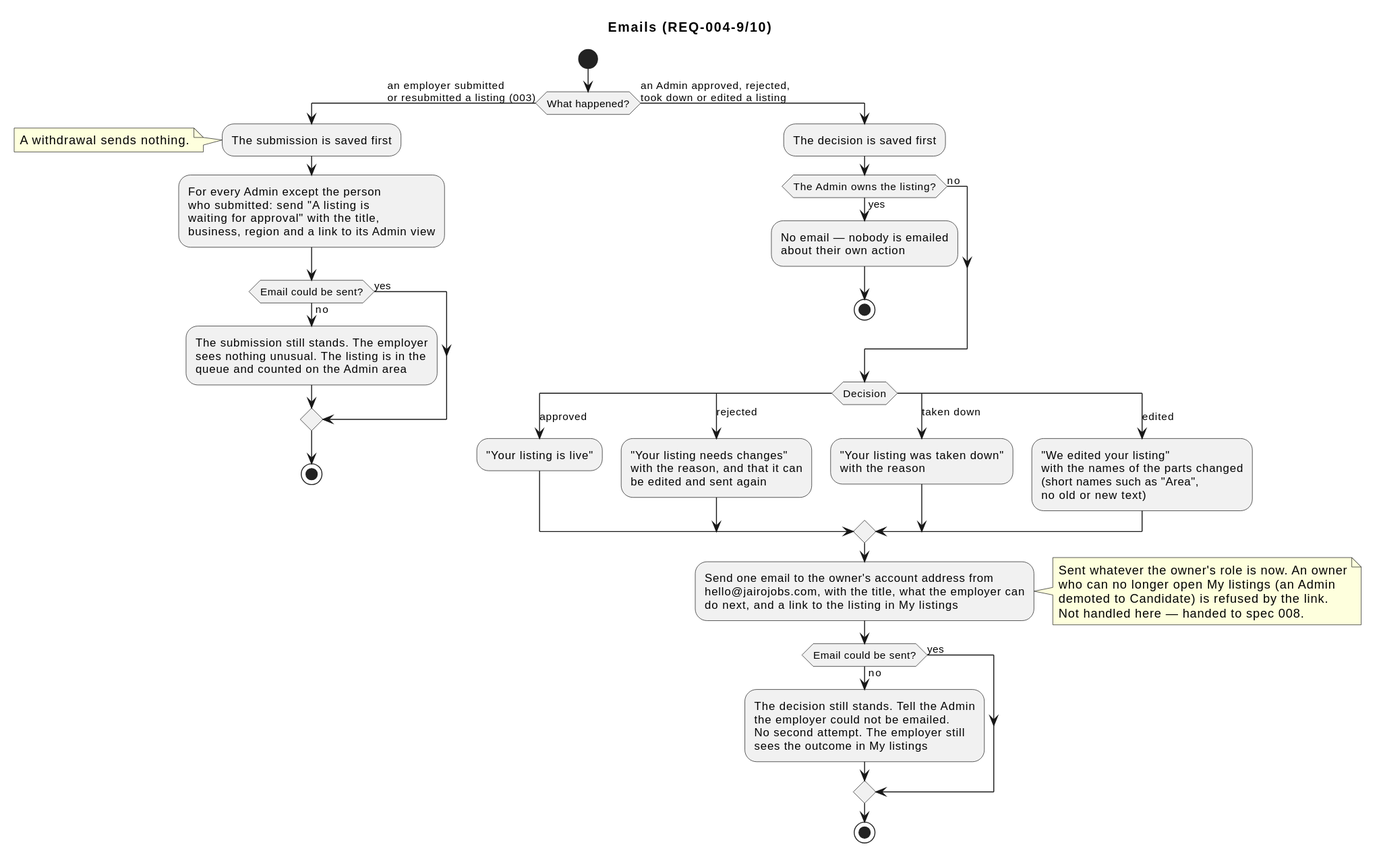
raseniero/jairojobs-elixir keeps this PlantUML diagram as docs/specs/004-listings-admin-moderation/diagrams/activity-emails.svg. Above is the earlier version.
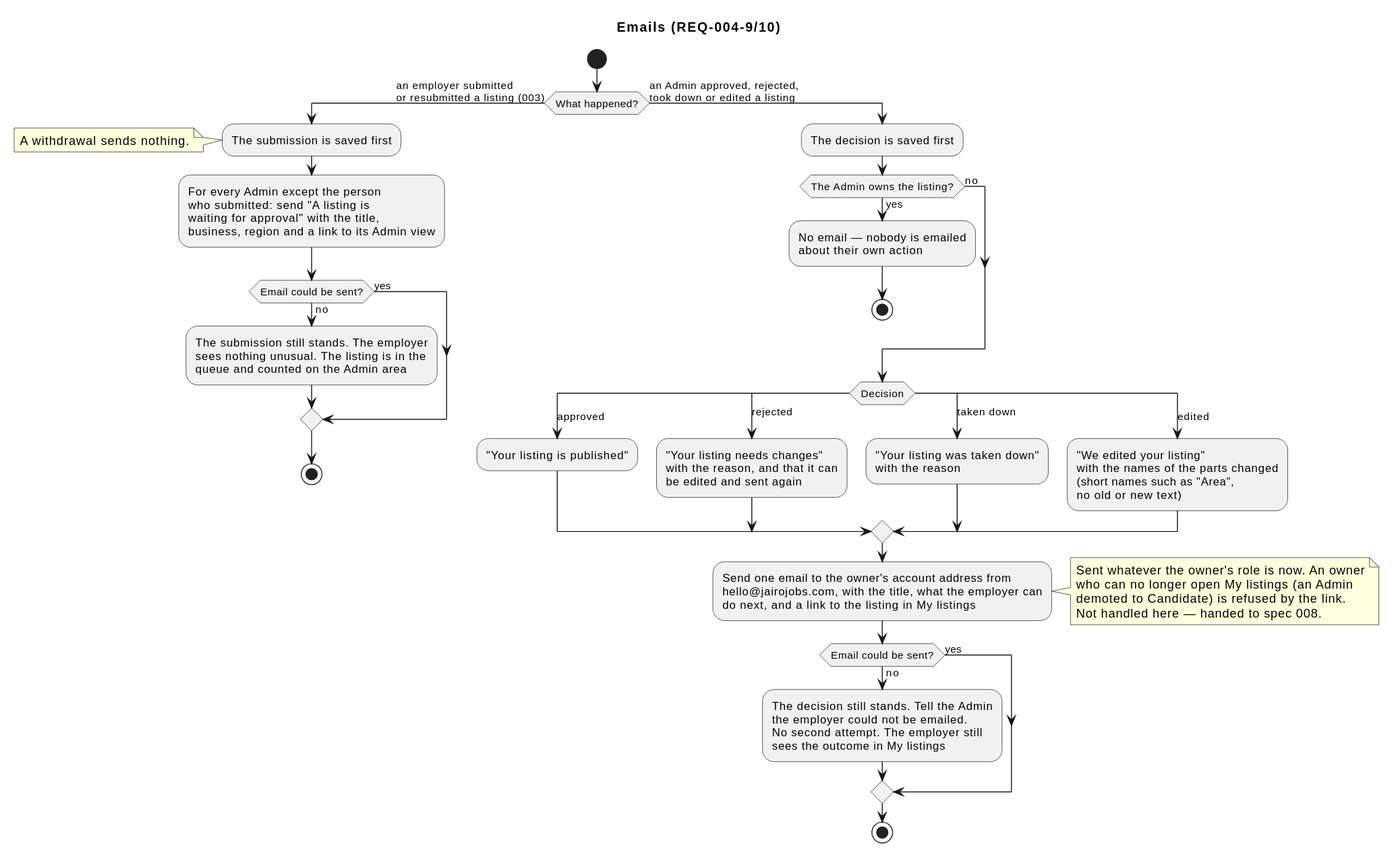
After the change.

What changed in the source:
```diff
@@ -28,7 +28,7 @@
   endif
   switch (Decision)
   case (approved)
-    :"Your listing is live";
+    :"Your listing is published";
   case (rejected)
     :"Your listing needs changes"
     with the reason, and that it can
```
